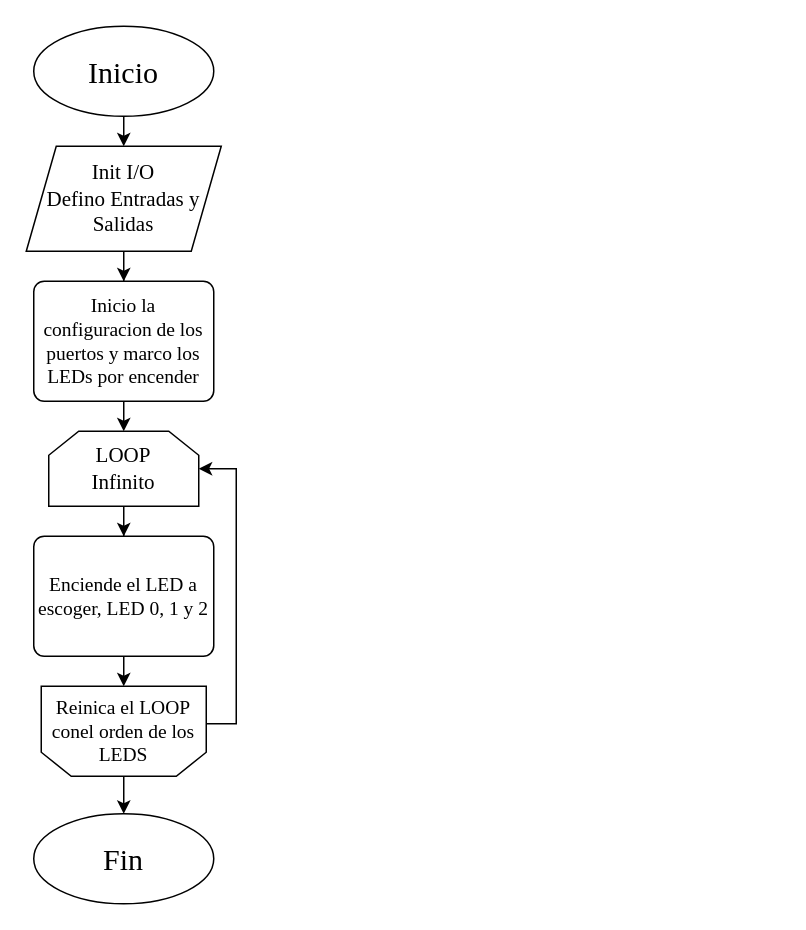
This is Untitled Diagram.drawio from AmbrizPapo/Ambriz-Pablo, a draw.io file, before an edit. Source tidied: cells renumbered, new cells numbered last; positions are measured from the earlier drawing's top-left corner, leaving out a move shared by most shapes. Both pictures are drawn from the tidied source at 150%, with x=0, y=0 at pixel (26, 26).
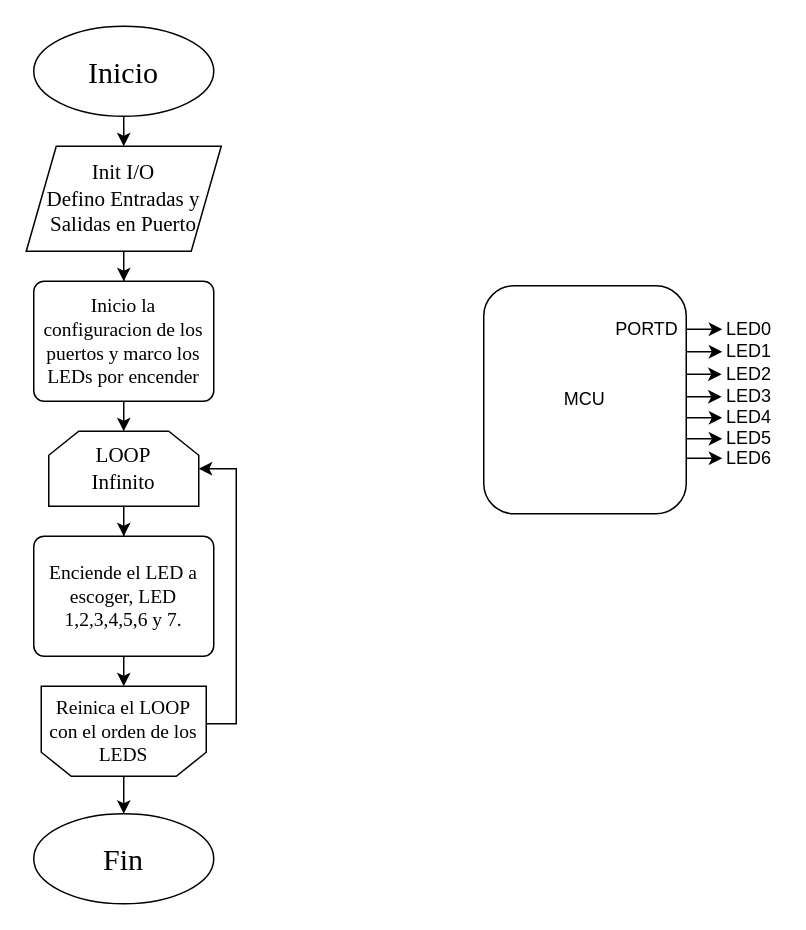
After the change.

Change to the diagram source:
```diff
@@
-    <mxCell id="5" value="&lt;div style=&quot;font-size: 14px&quot;&gt;&lt;font style=&quot;font-size: 14px&quot; face=&quot;Times New Roman&quot;&gt;Init I/O&lt;/font&gt;&lt;/div&gt;&lt;div style=&quot;font-size: 14px&quot;&gt;&lt;font style=&quot;font-size: 14px&quot; face=&quot;Times New Roman&quot;&gt;Defino Entradas y Salidas&lt;/font&gt;&lt;br&gt;&lt;/div&gt;" style="shape=parallelogram;perimeter=parallelogramPerimeter;whiteSpace=wrap;html=1;fixedSize=1;" parent="1" vertex="1">
+    <mxCell id="5" value="&lt;div style=&quot;font-size: 14px&quot;&gt;&lt;font style=&quot;font-size: 14px&quot; face=&quot;Times New Roman&quot;&gt;Init I/O&lt;/font&gt;&lt;/div&gt;&lt;div style=&quot;font-size: 14px&quot;&gt;&lt;font style=&quot;font-size: 14px&quot; face=&quot;Times New Roman&quot;&gt;Defino Entradas y Salidas en Puerto&lt;/font&gt;&lt;br&gt;&lt;/div&gt;" style="shape=parallelogram;perimeter=parallelogramPerimeter;whiteSpace=wrap;html=1;fixedSize=1;" parent="1" vertex="1">
       <mxGeometry y="80" width="130" height="70" as="geometry" />
     </mxCell>
@@
-    <mxCell id="8" value="&lt;font style=&quot;font-size: 13px&quot; face=&quot;Times New Roman&quot;&gt;Enciende el LED a escoger, LED 0, 1 y 2&lt;/font&gt;" style="rounded=1;whiteSpace=wrap;html=1;absoluteArcSize=1;arcSize=14;strokeWidth=1;" parent="1" vertex="1">
+    <mxCell id="8" value="&lt;font style=&quot;font-size: 13px&quot; face=&quot;Times New Roman&quot;&gt;Enciende el LED a escoger, LED 1,2,3,4,5,6 y 7.&lt;br&gt;&lt;/font&gt;" style="rounded=1;whiteSpace=wrap;html=1;absoluteArcSize=1;arcSize=14;strokeWidth=1;" parent="1" vertex="1">
       <mxGeometry x="5" y="340" width="120" height="80" as="geometry" />
     </mxCell>
@@
-    <mxCell id="15" value="&lt;font style=&quot;font-size: 13px&quot; face=&quot;Times New Roman&quot;&gt;Reinica el LOOP conel orden de los LEDS&lt;/font&gt;" style="text;html=1;strokeColor=none;fillColor=none;align=center;verticalAlign=middle;whiteSpace=wrap;rounded=0;" parent="1" vertex="1">
+    <mxCell id="15" value="&lt;font style=&quot;font-size: 13px&quot; face=&quot;Times New Roman&quot;&gt;Reinica el LOOP con el orden de los LEDS&lt;/font&gt;" style="text;html=1;strokeColor=none;fillColor=none;align=center;verticalAlign=middle;whiteSpace=wrap;rounded=0;" parent="1" vertex="1">
       <mxGeometry x="10" y="460" width="110" height="20" as="geometry" />
     </mxCell>
@@
+    <mxCell id="17" value="MCU" style="rounded=1;whiteSpace=wrap;html=1;" parent="1" vertex="1">
+      <mxGeometry x="305" y="173" width="135" height="152" as="geometry" />
+    </mxCell>
+    <mxCell id="18" value="PORTD" style="text;html=1;strokeColor=none;fillColor=none;align=center;verticalAlign=middle;whiteSpace=wrap;rounded=0;" parent="1" vertex="1">
+      <mxGeometry x="394" y="192" width="40" height="20" as="geometry" />
+    </mxCell>
+    <mxCell id="19" style="endArrow=classic;html=1;exitX=1.003;exitY=0.191;exitDx=0;exitDy=0;exitPerimeter=0;" parent="1" edge="1" source="17">
+      <mxGeometry relative="1" as="geometry">
+        <mxPoint x="464" y="202" as="targetPoint" />
+      </mxGeometry>
+    </mxCell>
+    <mxCell id="20" value="LED0" style="text;html=1;strokeColor=none;fillColor=none;align=center;verticalAlign=middle;whiteSpace=wrap;rounded=0;" parent="1" vertex="1">
+      <mxGeometry x="462" y="192" width="40" height="20" as="geometry" />
+    </mxCell>
+    <mxCell id="21" style="endArrow=classic;html=1;exitX=1.003;exitY=0.191;exitDx=0;exitDy=0;exitPerimeter=0;" parent="1" edge="1">
+      <mxGeometry relative="1" as="geometry">
+        <mxPoint x="440.4" y="217" as="sourcePoint" />
+        <mxPoint x="464" y="217" as="targetPoint" />
+        <Array as="points">
+          <mxPoint x="440" y="217" />
+        </Array>
+      </mxGeometry>
+    </mxCell>
+    <mxCell id="22" value="LED1" style="text;html=1;strokeColor=none;fillColor=none;align=center;verticalAlign=middle;whiteSpace=wrap;rounded=0;" parent="1" vertex="1">
+      <mxGeometry x="462" y="207" width="40" height="20" as="geometry" />
+    </mxCell>
+    <mxCell id="23" style="endArrow=classic;html=1;exitX=1.003;exitY=0.191;exitDx=0;exitDy=0;exitPerimeter=0;" parent="1" edge="1">
+      <mxGeometry relative="1" as="geometry">
+        <mxPoint x="440" y="232" as="sourcePoint" />
+        <mxPoint x="463.6" y="232" as="targetPoint" />
+      </mxGeometry>
+    </mxCell>
+    <mxCell id="24" value="LED2" style="text;html=1;strokeColor=none;fillColor=none;align=center;verticalAlign=middle;whiteSpace=wrap;rounded=0;" parent="1" vertex="1">
+      <mxGeometry x="461.6" y="222" width="40" height="20" as="geometry" />
+    </mxCell>
+    <mxCell id="25" style="endArrow=classic;html=1;exitX=1.003;exitY=0.191;exitDx=0;exitDy=0;exitPerimeter=0;" parent="1" edge="1">
+      <mxGeometry relative="1" as="geometry">
+        <mxPoint x="440" y="247" as="sourcePoint" />
+        <mxPoint x="463.6" y="247" as="targetPoint" />
+      </mxGeometry>
+    </mxCell>
+    <mxCell id="26" value="LED3" style="text;html=1;strokeColor=none;fillColor=none;align=center;verticalAlign=middle;whiteSpace=wrap;rounded=0;" parent="1" vertex="1">
+      <mxGeometry x="461.6" y="237" width="40.4" height="20" as="geometry" />
+    </mxCell>
+    <mxCell id="27" style="endArrow=classic;html=1;exitX=1.003;exitY=0.191;exitDx=0;exitDy=0;exitPerimeter=0;" parent="1" edge="1">
+      <mxGeometry relative="1" as="geometry">
+        <mxPoint x="440.4" y="261" as="sourcePoint" />
+        <mxPoint x="464" y="261" as="targetPoint" />
+      </mxGeometry>
+    </mxCell>
+    <mxCell id="28" value="LED4" style="text;html=1;strokeColor=none;fillColor=none;align=center;verticalAlign=middle;whiteSpace=wrap;rounded=0;" parent="1" vertex="1">
+      <mxGeometry x="462" y="251" width="40" height="20" as="geometry" />
+    </mxCell>
+    <mxCell id="29" style="endArrow=classic;html=1;exitX=1.003;exitY=0.191;exitDx=0;exitDy=0;exitPerimeter=0;" parent="1" edge="1">
+      <mxGeometry relative="1" as="geometry">
+        <mxPoint x="440.4" y="275" as="sourcePoint" />
+        <mxPoint x="464" y="275" as="targetPoint" />
+      </mxGeometry>
+    </mxCell>
+    <mxCell id="30" value="LED5" style="text;html=1;strokeColor=none;fillColor=none;align=center;verticalAlign=middle;whiteSpace=wrap;rounded=0;" parent="1" vertex="1">
+      <mxGeometry x="462" y="265" width="40" height="20" as="geometry" />
+    </mxCell>
+    <mxCell id="31" style="endArrow=classic;html=1;exitX=1.003;exitY=0.191;exitDx=0;exitDy=0;exitPerimeter=0;" parent="1" edge="1">
+      <mxGeometry relative="1" as="geometry">
+        <mxPoint x="440.4" y="288" as="sourcePoint" />
+        <mxPoint x="464" y="288" as="targetPoint" />
+      </mxGeometry>
+    </mxCell>
+    <mxCell id="32" value="LED6" style="text;html=1;strokeColor=none;fillColor=none;align=center;verticalAlign=middle;whiteSpace=wrap;rounded=0;" parent="1" vertex="1">
+      <mxGeometry x="462" y="278" width="40" height="20" as="geometry" />
+    </mxCell>
```
